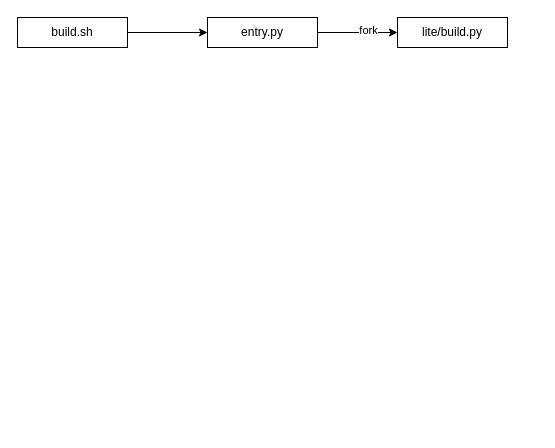
Before: build_system.drawio in luckyan315/dotfiles, a draw.io diagram. Source tidied: cells renumbered, new cells numbered last; positions are measured from the earlier drawing's top-left corner, leaving out a move shared by most shapes. Both pictures are drawn from the tidied source at 100%, with x=0, y=0 at pixel (17, 17).
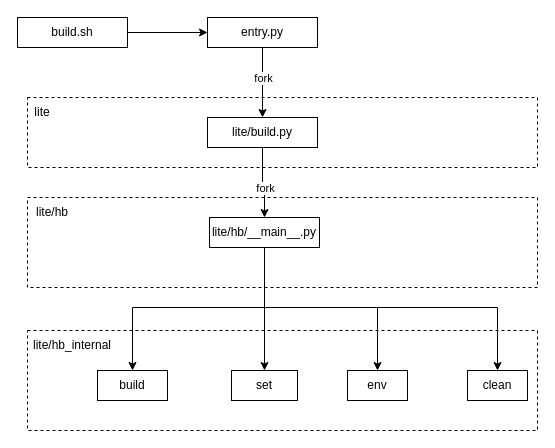
The same page after the edit.

Unchanged cells that the change refers to:
```xml
<mxCell id="4" style="edgeStyle=orthogonalEdgeStyle;rounded=0;jettySize=auto;html=1;" parent="1" edge="1" source="6" target="7">
  <mxGeometry relative="1" as="geometry" />
</mxCell>
```

Change to the diagram source:
```diff
@@
+    <mxCell id="8" style="rounded=0;whiteSpace=wrap;html=1;dashed=1;" parent="1" vertex="1">
+      <mxGeometry x="10" y="180" width="510" height="90" as="geometry" />
+    </mxCell>
+    <mxCell id="9" style="rounded=0;whiteSpace=wrap;html=1;dashed=1;" parent="1" vertex="1">
+      <mxGeometry x="10" y="313" width="510" height="100" as="geometry" />
+    </mxCell>
+    <mxCell id="10" style="rounded=0;whiteSpace=wrap;html=1;dashed=1;" parent="1" vertex="1">
+      <mxGeometry x="10" y="80" width="510" height="70" as="geometry" />
+    </mxCell>
@@
     <mxCell id="5" value="fork" style="edgeLabel;html=1;align=center;verticalAlign=middle;" parent="4" vertex="1">
-      <mxGeometry x="0.25" y="3" relative="1" as="geometry" />
+      <mxGeometry x="0.25" y="3" relative="1" as="geometry">
+        <mxPoint x="-3" y="-14" as="offset" />
+      </mxGeometry>
     </mxCell>
@@
     <mxCell id="7" value="lite/build.py" style="rounded=0;whiteSpace=wrap;html=1;" parent="1" vertex="1">
-      <mxGeometry x="380" width="110" height="30" as="geometry" />
+      <mxGeometry x="190" y="100" width="110" height="30" as="geometry" />
     </mxCell>
+    <mxCell id="11" style="edgeStyle=orthogonalEdgeStyle;rounded=0;jettySize=auto;html=1;exitX=0.5;exitY=1;exitDx=0;exitDy=0;" parent="1" edge="1" source="15" target="17">
+      <mxGeometry relative="1" as="geometry">
+        <Array as="points">
+          <mxPoint x="247" y="290" />
+          <mxPoint x="115" y="290" />
+        </Array>
+      </mxGeometry>
+    </mxCell>
+    <mxCell id="12" style="edgeStyle=orthogonalEdgeStyle;rounded=0;jettySize=auto;html=1;entryX=0.5;entryY=0;entryDx=0;entryDy=0;exitX=0.5;exitY=1;exitDx=0;exitDy=0;" parent="1" edge="1" source="15" target="18">
+      <mxGeometry relative="1" as="geometry">
+        <Array as="points">
+          <mxPoint x="247" y="220" />
+          <mxPoint x="247" y="220" />
+        </Array>
+      </mxGeometry>
+    </mxCell>
+    <mxCell id="13" style="edgeStyle=orthogonalEdgeStyle;rounded=0;jettySize=auto;html=1;entryX=0.5;entryY=0;entryDx=0;entryDy=0;exitX=0.5;exitY=1;exitDx=0;exitDy=0;" parent="1" edge="1" source="15" target="19">
+      <mxGeometry relative="1" as="geometry">
+        <Array as="points">
+          <mxPoint x="247" y="290" />
+          <mxPoint x="360" y="290" />
+        </Array>
+      </mxGeometry>
+    </mxCell>
+    <mxCell id="14" style="edgeStyle=orthogonalEdgeStyle;rounded=0;jettySize=auto;html=1;entryX=0.5;entryY=0;entryDx=0;entryDy=0;exitX=0.5;exitY=1;exitDx=0;exitDy=0;" parent="1" edge="1" source="15" target="20">
+      <mxGeometry relative="1" as="geometry">
+        <Array as="points">
+          <mxPoint x="247" y="290" />
+          <mxPoint x="480" y="290" />
+        </Array>
+      </mxGeometry>
+    </mxCell>
+    <mxCell id="15" value="lite/hb/__main__.py" style="rounded=0;whiteSpace=wrap;html=1;" parent="1" vertex="1">
+      <mxGeometry x="192" y="200" width="110" height="30" as="geometry" />
+    </mxCell>
+    <mxCell id="16" value="lite" style="text;html=1;strokeColor=none;fillColor=none;align=center;verticalAlign=middle;whiteSpace=wrap;rounded=0;" parent="1" vertex="1">
+      <mxGeometry x="10" y="80" width="30" height="30" as="geometry" />
+    </mxCell>
+    <mxCell id="17" value="build" style="rounded=0;whiteSpace=wrap;html=1;" parent="1" vertex="1">
+      <mxGeometry x="80" y="353" width="70" height="30" as="geometry" />
+    </mxCell>
+    <mxCell id="18" value="set" style="rounded=0;whiteSpace=wrap;html=1;" parent="1" vertex="1">
+      <mxGeometry x="214" y="353" width="66" height="30" as="geometry" />
+    </mxCell>
+    <mxCell id="19" value="env" style="rounded=0;whiteSpace=wrap;html=1;" parent="1" vertex="1">
+      <mxGeometry x="330" y="353" width="60" height="30" as="geometry" />
+    </mxCell>
+    <mxCell id="20" value="clean" style="rounded=0;whiteSpace=wrap;html=1;" parent="1" vertex="1">
+      <mxGeometry x="450" y="353" width="60" height="30" as="geometry" />
+    </mxCell>
+    <mxCell id="21" value="lite/hb_internal" style="text;html=1;strokeColor=none;fillColor=none;align=center;verticalAlign=middle;whiteSpace=wrap;rounded=0;" parent="1" vertex="1">
+      <mxGeometry x="10" y="313" width="90" height="30" as="geometry" />
+    </mxCell>
+    <mxCell id="22" style="edgeStyle=orthogonalEdgeStyle;rounded=0;jettySize=auto;html=1;exitX=0.5;exitY=1;exitDx=0;exitDy=0;" parent="1" edge="1" source="7" target="15">
+      <mxGeometry relative="1" as="geometry" />
+    </mxCell>
+    <mxCell id="23" value="fork" style="edgeLabel;html=1;align=center;verticalAlign=middle;" parent="22" vertex="1">
+      <mxGeometry x="0.25" y="3" relative="1" as="geometry">
+        <mxPoint x="-3" y="-3" as="offset" />
+      </mxGeometry>
+    </mxCell>
+    <mxCell id="24" value="lite/hb" style="text;html=1;strokeColor=none;fillColor=none;align=center;verticalAlign=middle;whiteSpace=wrap;rounded=0;" parent="1" vertex="1">
+      <mxGeometry x="10" y="180" width="50" height="30" as="geometry" />
+    </mxCell>
```
